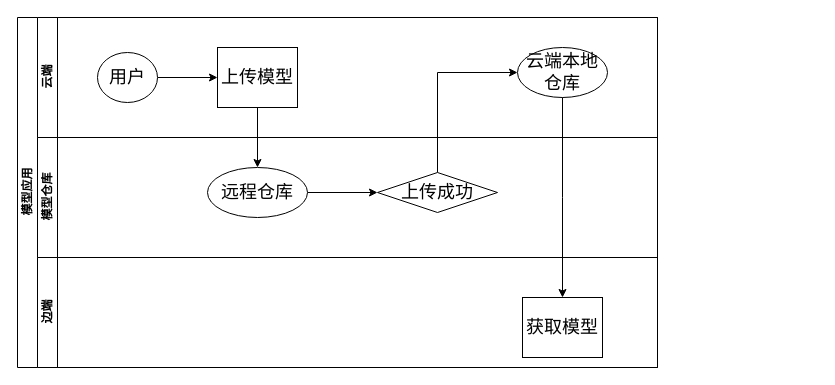
Above: page "Page-1" (1 of 7) of 未命名绘图.drawio in duanxr1112/files (draw.io), before the change. Source tidied: cells renumbered, new cells numbered last; positions are measured from the earlier drawing's top-left corner, leaving out a move shared by most shapes. Both pictures are drawn from the tidied source at 100%, with x=0, y=0 at pixel (17, 17).
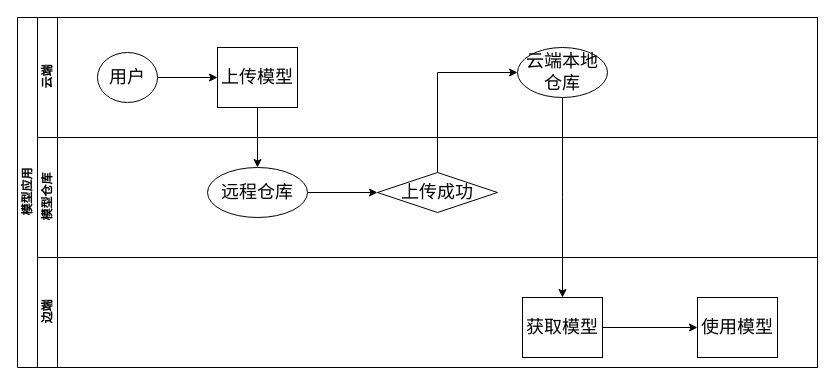
The same page after the edit.

What changed in the source:
```diff
@@
 <mxGraphModel>
   <root>
     <mxCell id="0" />
     <mxCell id="1" parent="0" />
     <mxCell id="2" value="模型应用" style="swimlane;html=1;horizontal=0;startSize=20;" parent="1" vertex="1">
-      <mxGeometry width="640" height="350" as="geometry" />
+      <mxGeometry width="800" height="350" as="geometry" />
     </mxCell>
     <mxCell id="3" value="云端" style="swimlane;html=1;startSize=20;horizontal=0;" parent="2" vertex="1">
-      <mxGeometry x="20" width="620" height="120" as="geometry" />
+      <mxGeometry x="20" width="780" height="120" as="geometry" />
     </mxCell>
     <mxCell id="4" style="edgeStyle=orthogonalEdgeStyle;rounded=0;jettySize=auto;html=1;" parent="3" edge="1" source="5" target="6">
       <mxGeometry relative="1" as="geometry" />
     </mxCell>
     <mxCell id="5" value="&lt;font style=&quot;font-size: 18px&quot;&gt;用户&lt;/font&gt;" style="ellipse;whiteSpace=wrap;html=1;" parent="3" vertex="1">
       <mxGeometry x="60" y="35" width="60" height="50" as="geometry" />
     </mxCell>
     <mxCell id="6" value="&lt;font style=&quot;font-size: 18px&quot;&gt;上传模型&lt;/font&gt;" style="rounded=0;whiteSpace=wrap;html=1;fontFamily=Helvetica;fontSize=12;fontColor=#000000;align=center;" parent="3" vertex="1">
       <mxGeometry x="180" y="30" width="80" height="60" as="geometry" />
     </mxCell>
     <mxCell id="7" value="&lt;span&gt;&lt;font style=&quot;font-size: 18px&quot;&gt;云端本地仓库&lt;/font&gt;&lt;/span&gt;" style="ellipse;whiteSpace=wrap;html=1;" parent="3" vertex="1">
       <mxGeometry x="480" y="30" width="90" height="50" as="geometry" />
     </mxCell>
     <mxCell id="8" style="edgeStyle=orthogonalEdgeStyle;rounded=0;jettySize=auto;html=1;" parent="2" edge="1" source="6" target="14">
       <mxGeometry relative="1" as="geometry" />
     </mxCell>
     <mxCell id="9" style="edgeStyle=orthogonalEdgeStyle;rounded=0;jettySize=auto;html=1;exitX=0.5;exitY=0;exitDx=0;exitDy=0;entryX=0;entryY=0.5;entryDx=0;entryDy=0;" parent="2" edge="1" source="12" target="7">
       <mxGeometry relative="1" as="geometry" />
     </mxCell>
     <mxCell id="10" style="edgeStyle=orthogonalEdgeStyle;rounded=0;jettySize=auto;html=1;entryX=0.5;entryY=0;entryDx=0;entryDy=0;" parent="2" edge="1" source="7">
       <mxGeometry relative="1" as="geometry">
         <mxPoint x="545" y="280" as="targetPoint" />
       </mxGeometry>
     </mxCell>
     <mxCell id="11" value="模型仓库" style="swimlane;html=1;startSize=20;horizontal=0;" parent="2" vertex="1">
-      <mxGeometry x="20" y="120" width="620" height="120" as="geometry" />
+      <mxGeometry x="20" y="120" width="780" height="120" as="geometry" />
     </mxCell>
     <mxCell id="12" value="&lt;font style=&quot;font-size: 18px&quot;&gt;上传成功&lt;/font&gt;" style="rhombus;whiteSpace=wrap;html=1;fontFamily=Helvetica;fontSize=12;fontColor=#000000;align=center;" parent="11" vertex="1">
       <mxGeometry x="340" y="35" width="120" height="40" as="geometry" />
     </mxCell>
     <mxCell id="13" style="edgeStyle=orthogonalEdgeStyle;rounded=0;jettySize=auto;html=1;" parent="11" edge="1" source="14" target="12">
       <mxGeometry relative="1" as="geometry" />
     </mxCell>
     <mxCell id="14" value="&lt;span&gt;&lt;font style=&quot;font-size: 18px&quot;&gt;远程仓库&lt;/font&gt;&lt;/span&gt;" style="ellipse;whiteSpace=wrap;html=1;" parent="11" vertex="1">
       <mxGeometry x="170" y="30" width="100" height="50" as="geometry" />
     </mxCell>
     <mxCell id="15" value="边端" style="swimlane;html=1;startSize=20;horizontal=0;" parent="2" vertex="1">
-      <mxGeometry x="20" y="240" width="620" height="110" as="geometry" />
+      <mxGeometry x="20" y="240" width="780" height="110" as="geometry" />
     </mxCell>
+    <mxCell id="17" style="edgeStyle=orthogonalEdgeStyle;rounded=0;jettySize=auto;html=1;fontFamily=Helvetica;fontSize=26;fontColor=none;" parent="15" edge="1" source="16" target="18">
+      <mxGeometry relative="1" as="geometry" />
+    </mxCell>
     <mxCell id="16" value="&lt;font style=&quot;font-size: 18px&quot;&gt;获取模型&lt;/font&gt;" style="rounded=0;whiteSpace=wrap;html=1;fontFamily=Helvetica;fontSize=12;fontColor=#000000;align=center;" parent="15" vertex="1">
       <mxGeometry x="485" y="40" width="80" height="60" as="geometry" />
     </mxCell>
+    <mxCell id="18" value="&lt;span style=&quot;font-size: 18px&quot;&gt;使用模型&lt;/span&gt;" style="rounded=0;whiteSpace=wrap;html=1;fontFamily=Helvetica;fontSize=12;fontColor=#000000;align=center;" parent="15" vertex="1">
+      <mxGeometry x="660" y="40" width="80" height="60" as="geometry" />
+    </mxCell>
   </root>
 </mxGraphModel>
```
